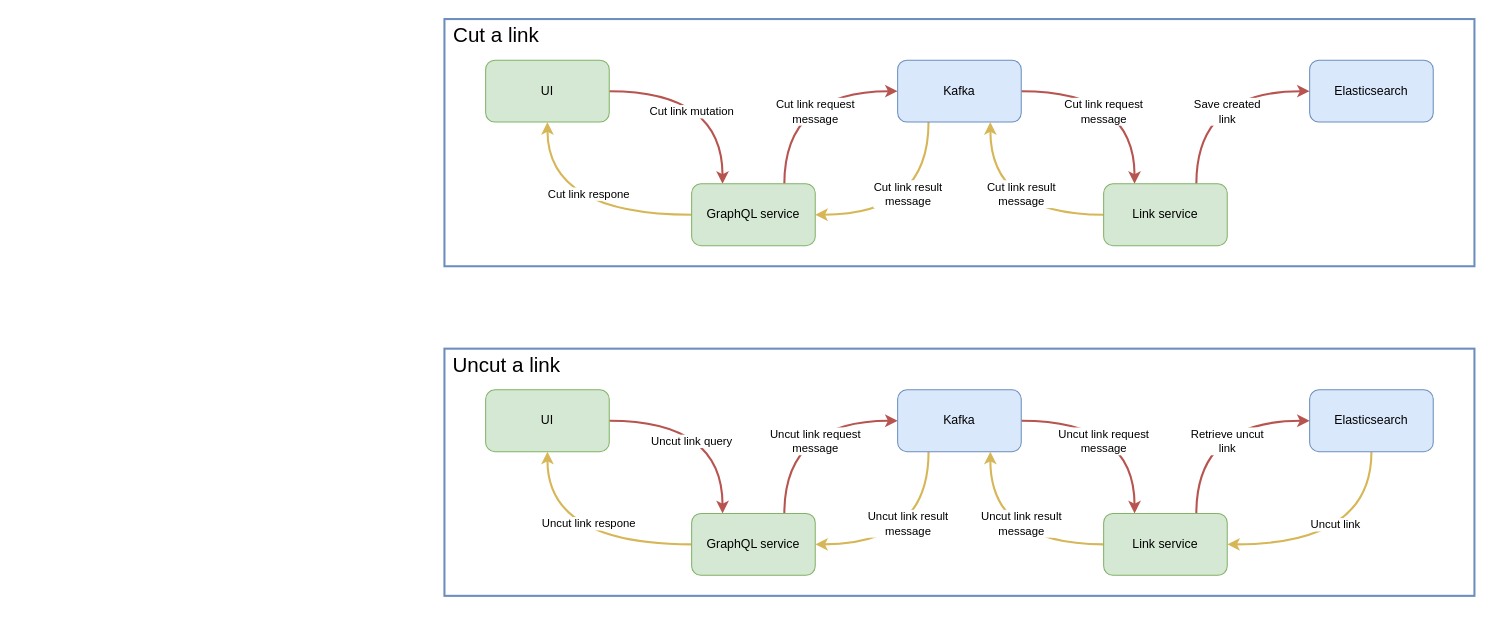
The draw.io diagram wiki/images/cui.it.drawio in AvaPL/cut.it, before the edit. Source tidied: cells renumbered, new cells numbered last; positions are measured from the earlier drawing's top-left corner, leaving out a move shared by most shapes. Both pictures are drawn from the tidied source at 103%, with x=0, y=0 at pixel (444, 19).
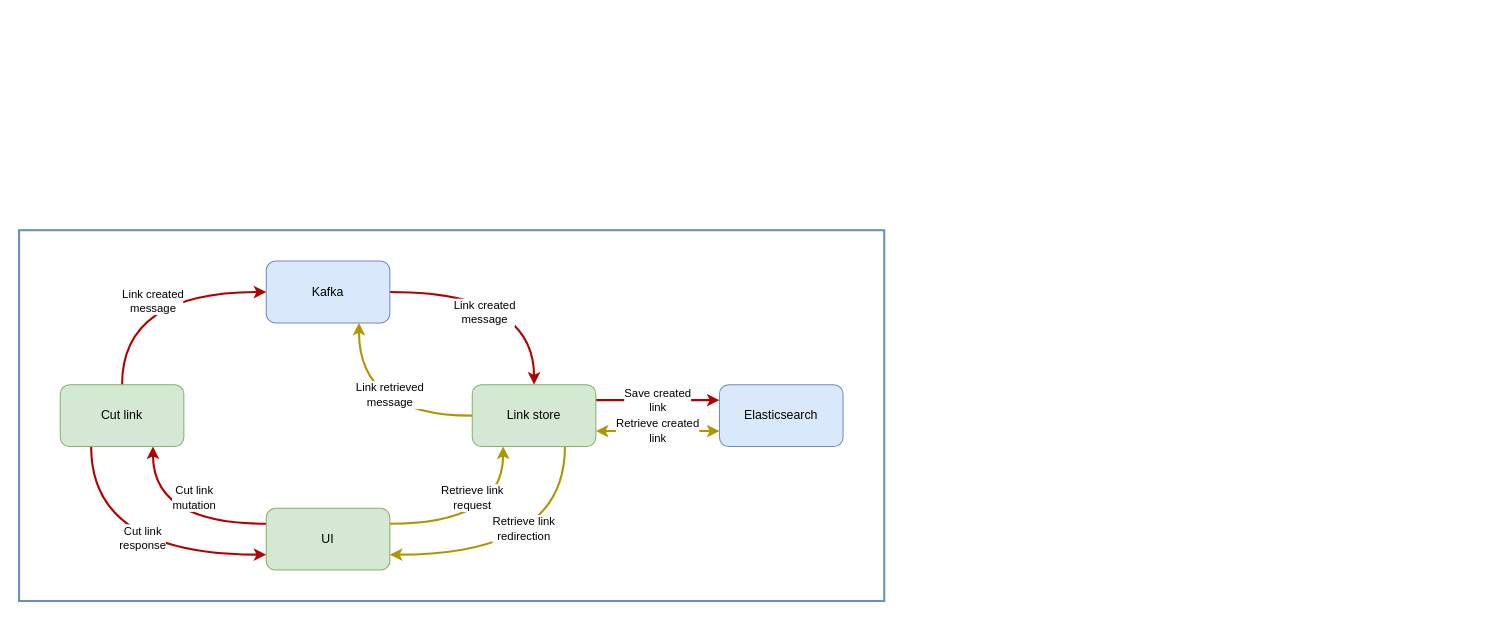
Above is the later version.

Diff of the diagram source:
```diff
@@
-    <mxCell id="2" style="rounded=0;whiteSpace=wrap;html=1;strokeWidth=2;strokeColor=#6c8ebf;fillColor=none;" parent="1" vertex="1">
-      <mxGeometry width="1000" height="240" as="geometry" />
-    </mxCell>
-    <mxCell id="3" value="Cut link mutation" style="edgeStyle=orthogonalEdgeStyle;curved=1;rounded=0;jettySize=auto;html=1;exitX=1;exitY=0.5;exitDx=0;exitDy=0;entryX=0.25;entryY=0;entryDx=0;entryDy=0;fillColor=#f8cecc;strokeColor=#b85450;strokeWidth=2;" parent="1" edge="1" source="4" target="14">
-      <mxGeometry x="-0.2" y="-20" relative="1" as="geometry" />
+    <mxCell id="3" value="Cut link&lt;br&gt;mutation" style="edgeStyle=orthogonalEdgeStyle;rounded=0;jettySize=auto;html=1;exitX=0;exitY=0.25;exitDx=0;exitDy=0;entryX=0.75;entryY=1;entryDx=0;entryDy=0;curved=1;fillColor=#e51400;strokeColor=#B20000;strokeWidth=2;" parent="1" edge="1" source="4" target="14">
+      <mxGeometry x="0.46" y="-40" relative="1" as="geometry" />
     </mxCell>
+    <mxCell id="32" value="Retrieve link&lt;br&gt;request" style="edgeStyle=orthogonalEdgeStyle;rounded=0;jettySize=auto;html=1;exitX=1;exitY=0.25;exitDx=0;exitDy=0;entryX=0.25;entryY=1;entryDx=0;entryDy=0;curved=1;strokeWidth=2;fillColor=#e3c800;strokeColor=#B09500;" parent="1" edge="1" source="4" target="11">
+      <mxGeometry x="0.46" y="30" relative="1" as="geometry" />
+    </mxCell>
     <mxCell id="4" value="UI" style="rounded=1;whiteSpace=wrap;html=1;fillColor=#d5e8d4;strokeColor=#82b366;" parent="1" vertex="1">
-      <mxGeometry x="40" y="40" width="120" height="60" as="geometry" />
+      <mxGeometry x="-173" y="475" width="120" height="60" as="geometry" />
     </mxCell>
+    <mxCell id="33" value="Retrieve created&lt;br&gt;link" style="edgeStyle=orthogonalEdgeStyle;curved=1;rounded=0;jettySize=auto;html=1;exitX=0;exitY=0.75;exitDx=0;exitDy=0;entryX=1;entryY=0.75;entryDx=0;entryDy=0;startArrow=classic;startFill=1;strokeWidth=2;fillColor=#e3c800;strokeColor=#B09500;" parent="1" edge="1" source="5" target="11">
+      <mxGeometry relative="1" as="geometry" />
+    </mxCell>
     <mxCell id="5" value="Elasticsearch" style="rounded=1;whiteSpace=wrap;html=1;fillColor=#dae8fc;strokeColor=#6c8ebf;" parent="1" vertex="1">
-      <mxGeometry x="840" y="40" width="120" height="60" as="geometry" />
+      <mxGeometry x="267" y="355" width="120" height="60" as="geometry" />
     </mxCell>
-    <mxCell id="6" value="Cut link request&lt;br&gt;message" style="edgeStyle=orthogonalEdgeStyle;curved=1;rounded=0;jettySize=auto;html=1;exitX=1;exitY=0.5;exitDx=0;exitDy=0;entryX=0.25;entryY=0;entryDx=0;entryDy=0;fillColor=#f8cecc;strokeColor=#b85450;strokeWidth=2;" parent="1" edge="1" source="8" target="11">
+    <mxCell id="6" value="Link&amp;nbsp;created&lt;br&gt;message" style="edgeStyle=orthogonalEdgeStyle;curved=1;rounded=0;jettySize=auto;html=1;exitX=1;exitY=0.5;exitDx=0;exitDy=0;entryX=0.5;entryY=0;entryDx=0;entryDy=0;fillColor=#e51400;strokeColor=#B20000;strokeWidth=2;" parent="1" edge="1" source="8" target="11">
       <mxGeometry x="-0.2" y="-20" relative="1" as="geometry" />
     </mxCell>
-    <mxCell id="7" value="Cut link result&lt;br&gt;message" style="edgeStyle=orthogonalEdgeStyle;curved=1;rounded=0;jettySize=auto;html=1;exitX=0.25;exitY=1;exitDx=0;exitDy=0;entryX=1;entryY=0.5;entryDx=0;entryDy=0;fillColor=#fff2cc;strokeColor=#d6b656;strokeWidth=2;" parent="1" edge="1" source="8" target="14">
-      <mxGeometry x="-0.3" y="-20" relative="1" as="geometry" />
-    </mxCell>
     <mxCell id="8" value="Kafka" style="rounded=1;whiteSpace=wrap;html=1;fillColor=#dae8fc;strokeColor=#6c8ebf;" parent="1" vertex="1">
-      <mxGeometry x="440" y="40" width="120" height="60" as="geometry" />
+      <mxGeometry x="-173" y="235" width="120" height="60" as="geometry" />
     </mxCell>
-    <mxCell id="9" value="Save created&lt;br&gt;link" style="edgeStyle=orthogonalEdgeStyle;curved=1;rounded=0;jettySize=auto;html=1;exitX=0.75;exitY=0;exitDx=0;exitDy=0;entryX=0;entryY=0.5;entryDx=0;entryDy=0;fillColor=#f8cecc;strokeColor=#b85450;strokeWidth=2;" parent="1" edge="1" source="11" target="5">
-      <mxGeometry x="-0.3" y="-30" relative="1" as="geometry" />
+    <mxCell id="9" value="Save created&lt;br&gt;link" style="edgeStyle=orthogonalEdgeStyle;curved=1;rounded=0;jettySize=auto;html=1;exitX=1;exitY=0.25;exitDx=0;exitDy=0;entryX=0;entryY=0.25;entryDx=0;entryDy=0;fillColor=#e51400;strokeColor=#B20000;strokeWidth=2;" parent="1" edge="1" source="11" target="5">
+      <mxGeometry relative="1" as="geometry" />
     </mxCell>
-    <mxCell id="10" value="Cut link result&lt;br&gt;message" style="edgeStyle=orthogonalEdgeStyle;curved=1;rounded=0;jettySize=auto;html=1;exitX=0;exitY=0.5;exitDx=0;exitDy=0;entryX=0.75;entryY=1;entryDx=0;entryDy=0;fillColor=#fff2cc;strokeColor=#d6b656;strokeWidth=2;" parent="1" edge="1" source="11" target="8">
+    <mxCell id="10" value="Link retrieved&lt;br&gt;message" style="edgeStyle=orthogonalEdgeStyle;curved=1;rounded=0;jettySize=auto;html=1;exitX=0;exitY=0.5;exitDx=0;exitDy=0;entryX=0.75;entryY=1;entryDx=0;entryDy=0;fillColor=#e3c800;strokeColor=#B09500;strokeWidth=2;" parent="1" edge="1" source="11" target="8">
       <mxGeometry x="-0.2" y="-20" relative="1" as="geometry" />
     </mxCell>
+    <mxCell id="34" value="Retrieve link&lt;br&gt;redirection" style="edgeStyle=orthogonalEdgeStyle;rounded=0;jettySize=auto;html=1;exitX=0.75;exitY=1;exitDx=0;exitDy=0;entryX=1;entryY=0.75;entryDx=0;entryDy=0;curved=1;strokeWidth=2;fillColor=#e3c800;strokeColor=#B09500;" parent="1" edge="1" source="11" target="4">
+      <mxGeometry x="-0.42" y="-40" relative="1" as="geometry" />
+    </mxCell>
-    <mxCell id="11" value="Link service" style="rounded=1;whiteSpace=wrap;html=1;fillColor=#d5e8d4;strokeColor=#82b366;" parent="1" vertex="1">
-      <mxGeometry x="640" y="160" width="120" height="60" as="geometry" />
+    <mxCell id="11" value="Link store" style="rounded=1;whiteSpace=wrap;html=1;fillColor=#d5e8d4;strokeColor=#82b366;" parent="1" vertex="1">
+      <mxGeometry x="27" y="355" width="120" height="60" as="geometry" />
     </mxCell>
-    <mxCell id="12" value="Cut link request&lt;br&gt;message" style="edgeStyle=orthogonalEdgeStyle;curved=1;rounded=0;jettySize=auto;html=1;exitX=0.75;exitY=0;exitDx=0;exitDy=0;entryX=0;entryY=0.5;entryDx=0;entryDy=0;fillColor=#f8cecc;strokeColor=#b85450;strokeWidth=2;" parent="1" edge="1" source="14" target="8">
+    <mxCell id="12" value="Link created&lt;br&gt;message" style="edgeStyle=orthogonalEdgeStyle;curved=1;rounded=0;jettySize=auto;html=1;exitX=0.5;exitY=0;exitDx=0;exitDy=0;entryX=0;entryY=0.5;entryDx=0;entryDy=0;fillColor=#e51400;strokeColor=#B20000;strokeWidth=2;" parent="1" edge="1" source="14" target="8">
       <mxGeometry x="-0.3" y="-30" relative="1" as="geometry" />
     </mxCell>
-    <mxCell id="13" value="Cut link respone" style="edgeStyle=orthogonalEdgeStyle;curved=1;rounded=0;jettySize=auto;html=1;exitX=0;exitY=0.5;exitDx=0;exitDy=0;entryX=0.5;entryY=1;entryDx=0;entryDy=0;fillColor=#fff2cc;strokeColor=#d6b656;strokeWidth=2;" parent="1" edge="1" source="14" target="4">
-      <mxGeometry x="-0.13" y="-20" relative="1" as="geometry" />
+    <mxCell id="13" value="Cut link&lt;br&gt;response" style="edgeStyle=orthogonalEdgeStyle;rounded=0;jettySize=auto;html=1;exitX=0.25;exitY=1;exitDx=0;exitDy=0;entryX=0;entryY=0.75;entryDx=0;entryDy=0;curved=1;fillColor=#e51400;strokeColor=#B20000;strokeWidth=2;" parent="1" edge="1" source="14" target="4">
+      <mxGeometry x="-0.35" y="50" relative="1" as="geometry" />
     </mxCell>
-    <mxCell id="14" value="GraphQL service" style="rounded=1;whiteSpace=wrap;html=1;fillColor=#d5e8d4;strokeColor=#82b366;" parent="1" vertex="1">
-      <mxGeometry x="240" y="160" width="120" height="60" as="geometry" />
+    <mxCell id="14" value="Cut link" style="rounded=1;whiteSpace=wrap;html=1;fillColor=#d5e8d4;strokeColor=#82b366;" parent="1" vertex="1">
+      <mxGeometry x="-373" y="355" width="120" height="60" as="geometry" />
     </mxCell>
-    <mxCell id="15" value="Uncut link query" style="edgeStyle=orthogonalEdgeStyle;curved=1;rounded=0;jettySize=auto;html=1;exitX=1;exitY=0.5;exitDx=0;exitDy=0;entryX=0.25;entryY=0;entryDx=0;entryDy=0;fillColor=#f8cecc;strokeColor=#b85450;strokeWidth=2;" parent="1" edge="1" source="16" target="28">
-      <mxGeometry x="-0.2" y="-20" relative="1" as="geometry" />
-    </mxCell>
-    <mxCell id="16" value="UI" style="rounded=1;whiteSpace=wrap;html=1;fillColor=#d5e8d4;strokeColor=#82b366;" parent="1" vertex="1">
-      <mxGeometry x="40" y="360" width="120" height="60" as="geometry" />
-    </mxCell>
-    <mxCell id="17" style="edgeStyle=orthogonalEdgeStyle;curved=1;rounded=0;jettySize=auto;html=1;exitX=0.5;exitY=1;exitDx=0;exitDy=0;entryX=1;entryY=0.5;entryDx=0;entryDy=0;strokeWidth=2;fillColor=#fff2cc;strokeColor=#d6b656;" parent="1" edge="1" source="19" target="25">
-      <mxGeometry relative="1" as="geometry" />
-    </mxCell>
-    <mxCell id="18" value="Uncut link" style="edgeLabel;html=1;align=center;verticalAlign=middle;" parent="17" vertex="1">
-      <mxGeometry x="-0.39" y="-36" relative="1" as="geometry" />
-    </mxCell>
-    <mxCell id="19" value="Elasticsearch" style="rounded=1;whiteSpace=wrap;html=1;fillColor=#dae8fc;strokeColor=#6c8ebf;" parent="1" vertex="1">
-      <mxGeometry x="840" y="360" width="120" height="60" as="geometry" />
-    </mxCell>
-    <mxCell id="20" value="Uncut link request&lt;br&gt;message" style="edgeStyle=orthogonalEdgeStyle;curved=1;rounded=0;jettySize=auto;html=1;exitX=1;exitY=0.5;exitDx=0;exitDy=0;entryX=0.25;entryY=0;entryDx=0;entryDy=0;fillColor=#f8cecc;strokeColor=#b85450;strokeWidth=2;" parent="1" edge="1" source="22" target="25">
-      <mxGeometry x="-0.2" y="-20" relative="1" as="geometry" />
-    </mxCell>
-    <mxCell id="21" value="Uncut link result&lt;br&gt;message" style="edgeStyle=orthogonalEdgeStyle;curved=1;rounded=0;jettySize=auto;html=1;exitX=0.25;exitY=1;exitDx=0;exitDy=0;entryX=1;entryY=0.5;entryDx=0;entryDy=0;fillColor=#fff2cc;strokeColor=#d6b656;strokeWidth=2;" parent="1" edge="1" source="22" target="28">
-      <mxGeometry x="-0.3" y="-20" relative="1" as="geometry" />
-    </mxCell>
-    <mxCell id="22" value="Kafka" style="rounded=1;whiteSpace=wrap;html=1;fillColor=#dae8fc;strokeColor=#6c8ebf;" parent="1" vertex="1">
-      <mxGeometry x="440" y="360" width="120" height="60" as="geometry" />
-    </mxCell>
-    <mxCell id="23" value="Retrieve uncut&lt;br&gt;link" style="edgeStyle=orthogonalEdgeStyle;curved=1;rounded=0;jettySize=auto;html=1;exitX=0.75;exitY=0;exitDx=0;exitDy=0;entryX=0;entryY=0.5;entryDx=0;entryDy=0;fillColor=#f8cecc;strokeColor=#b85450;strokeWidth=2;" parent="1" edge="1" source="25" target="19">
-      <mxGeometry x="-0.3" y="-30" relative="1" as="geometry" />
-    </mxCell>
-    <mxCell id="24" value="Uncut link result&lt;br&gt;message" style="edgeStyle=orthogonalEdgeStyle;curved=1;rounded=0;jettySize=auto;html=1;exitX=0;exitY=0.5;exitDx=0;exitDy=0;entryX=0.75;entryY=1;entryDx=0;entryDy=0;fillColor=#fff2cc;strokeColor=#d6b656;strokeWidth=2;" parent="1" edge="1" source="25" target="22">
-      <mxGeometry x="-0.2" y="-20" relative="1" as="geometry" />
-    </mxCell>
-    <mxCell id="25" value="Link service" style="rounded=1;whiteSpace=wrap;html=1;fillColor=#d5e8d4;strokeColor=#82b366;" parent="1" vertex="1">
-      <mxGeometry x="640" y="480" width="120" height="60" as="geometry" />
-    </mxCell>
-    <mxCell id="26" value="Uncut link request&lt;br&gt;message" style="edgeStyle=orthogonalEdgeStyle;curved=1;rounded=0;jettySize=auto;html=1;exitX=0.75;exitY=0;exitDx=0;exitDy=0;entryX=0;entryY=0.5;entryDx=0;entryDy=0;fillColor=#f8cecc;strokeColor=#b85450;strokeWidth=2;" parent="1" edge="1" source="28" target="22">
-      <mxGeometry x="-0.3" y="-30" relative="1" as="geometry" />
-    </mxCell>
-    <mxCell id="27" value="Uncut link respone" style="edgeStyle=orthogonalEdgeStyle;curved=1;rounded=0;jettySize=auto;html=1;exitX=0;exitY=0.5;exitDx=0;exitDy=0;entryX=0.5;entryY=1;entryDx=0;entryDy=0;fillColor=#fff2cc;strokeColor=#d6b656;strokeWidth=2;" parent="1" edge="1" source="28" target="16">
-      <mxGeometry x="-0.13" y="-20" relative="1" as="geometry" />
-    </mxCell>
-    <mxCell id="28" value="GraphQL service" style="rounded=1;whiteSpace=wrap;html=1;fillColor=#d5e8d4;strokeColor=#82b366;" parent="1" vertex="1">
-      <mxGeometry x="240" y="480" width="120" height="60" as="geometry" />
-    </mxCell>
-    <mxCell id="29" value="Cut a link" style="text;html=1;align=center;verticalAlign=middle;fontSize=20;" parent="1" vertex="1">
-      <mxGeometry width="100" height="30" as="geometry" />
-    </mxCell>
     <mxCell id="30" style="rounded=0;whiteSpace=wrap;html=1;strokeWidth=2;strokeColor=#6c8ebf;fillColor=none;" parent="1" vertex="1">
-      <mxGeometry y="320" width="1000" height="240" as="geometry" />
+      <mxGeometry x="-413" y="205" width="840" height="360" as="geometry" />
     </mxCell>
-    <mxCell id="31" value="Uncut a link" style="text;html=1;align=center;verticalAlign=middle;fontSize=20;" parent="1" vertex="1">
-      <mxGeometry y="320" width="120" height="30" as="geometry" />
-    </mxCell>
```
